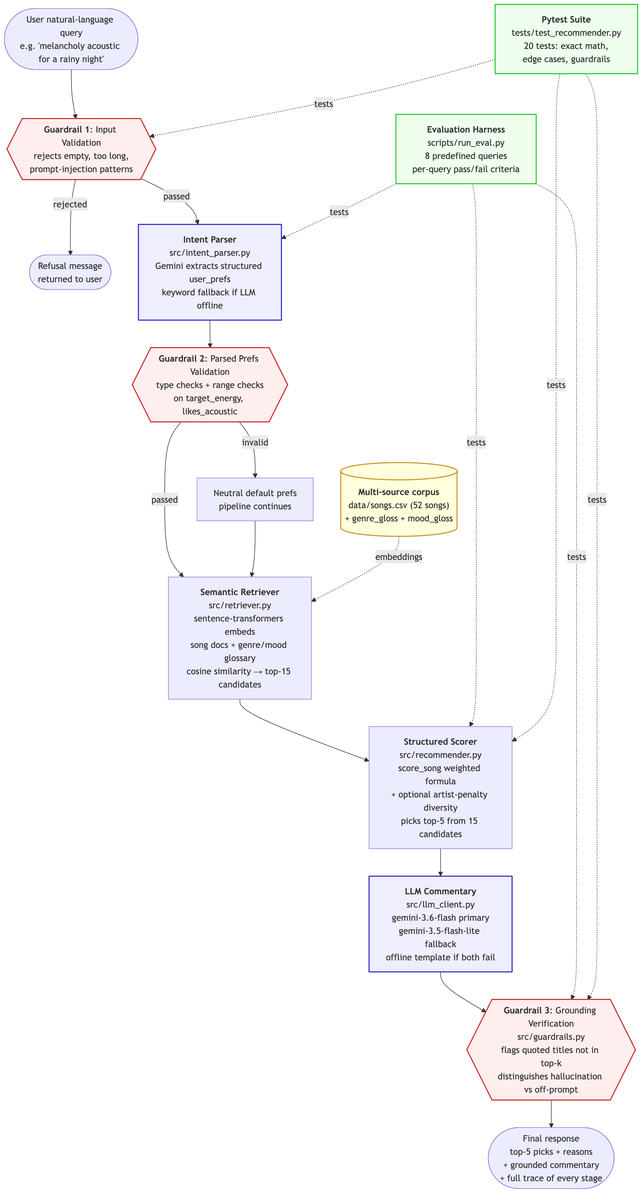
The Mermaid diagram assets/architecture.png in JGLeonZambrano/music-recommender-rag, before a commit. Its source is kept beside it as diagrams/architecture.mmd.
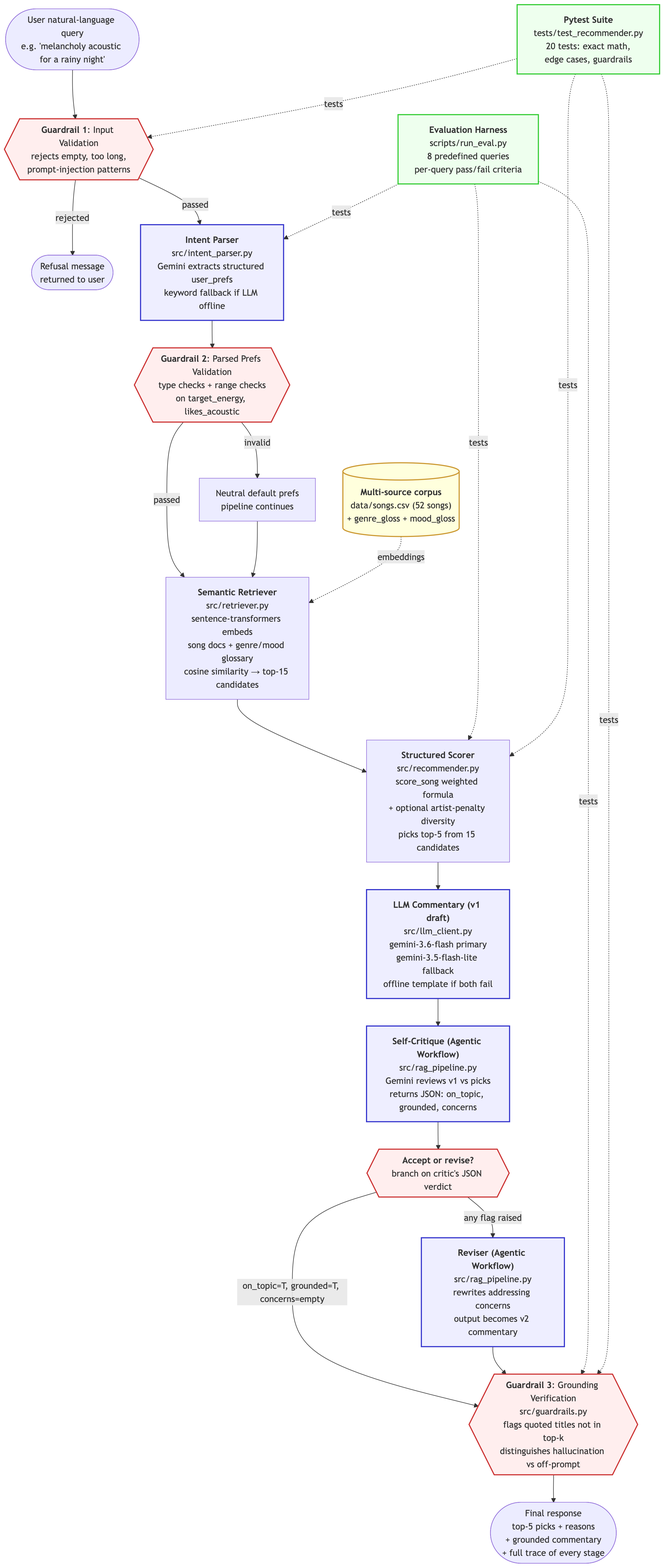
After the change.

Commit message:
Docs: align README, model card, and architecture diagram with the agentic layer

The edit, as a diff of the source:
```diff
@@ -24,9 +24,19 @@
 
     Scorer --> LLM
 
-    LLM["<b>LLM Commentary</b><br/>src/llm_client.py<br/>gemini-3.6-flash primary<br/>gemini-3.5-flash-lite fallback<br/>offline template if both fail"]
+    LLM["<b>LLM Commentary (v1 draft)</b><br/>src/llm_client.py<br/>gemini-3.6-flash primary<br/>gemini-3.5-flash-lite fallback<br/>offline template if both fail"]
 
-    LLM --> G3
+    Critic["<b>Self-Critique (Agentic Workflow)</b><br/>src/rag_pipeline.py<br/>Gemini reviews v1 vs picks<br/>returns JSON: on_topic, grounded, concerns"]
+
+    Decision{{"<b>Accept or revise?</b><br/>branch on critic's JSON verdict"}}
+
+    Reviser["<b>Reviser (Agentic Workflow)</b><br/>src/rag_pipeline.py<br/>rewrites addressing concerns<br/>output becomes v2 commentary"]
+
+    LLM --> Critic
+    Critic --> Decision
+    Decision -->|on_topic=T, grounded=T, concerns=empty| G3
+    Decision -->|any flag raised| Reviser
+    Reviser --> G3
 
     G3{{"<b>Guardrail 3</b>: Grounding Verification<br/>src/guardrails.py<br/>flags quoted titles not in top-k<br/>distinguishes hallucination vs off-prompt"}}
 
@@ -48,6 +58,7 @@
     classDef data fill:#ffd,stroke:#c93,stroke-width:2px
 
     class G1,G2,G3 guardrail
-    class Parser,LLM llm
+    class Parser,LLM,Critic,Reviser llm
+    class Decision guardrail
     class Eval,Tests test
     class Corpus data
```
